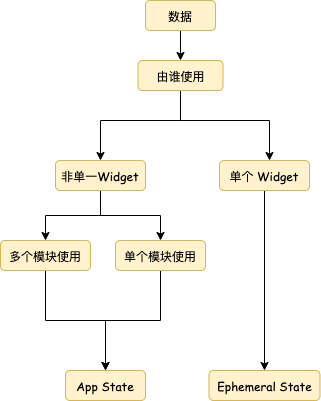
Above: state_type.png in JuneScut/imagesbeg (draw.io), before the change. Source tidied: cells renumbered, new cells last; positions are measured from the earlier drawing's top-left corner, leaving out a move shared by most shapes.
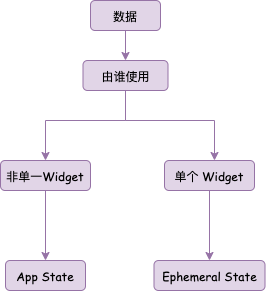
Above is the later version.

What changed in the source:
```diff
@@ -2,13 +2,13 @@
   <root>
     <mxCell id="0" />
     <mxCell id="1" parent="0" />
-    <mxCell id="2" style="edgeStyle=orthogonalEdgeStyle;rounded=0;jettySize=auto;html=1;entryX=0.5;entryY=0;entryDx=0;entryDy=0;fontFamily=Comic Sans MS;" parent="1" edge="1" source="3" target="6">
+    <mxCell id="2" style="edgeStyle=orthogonalEdgeStyle;rounded=0;jettySize=auto;html=1;entryX=0.5;entryY=0;entryDx=0;entryDy=0;fontFamily=Comic Sans MS;fillColor=#e1d5e7;strokeColor=#9673a6;" parent="1" edge="1" source="3" target="6">
       <mxGeometry relative="1" as="geometry" />
     </mxCell>
-    <mxCell id="3" value="数据" style="rounded=1;whiteSpace=wrap;html=1;fontSize=12;glass=0;strokeWidth=1;shadow=0;fillColor=#fff2cc;strokeColor=#d6b656;fontFamily=Comic Sans MS;" parent="1" vertex="1">
+    <mxCell id="3" value="数据" style="rounded=1;whiteSpace=wrap;html=1;fontSize=12;glass=0;strokeWidth=1;shadow=0;fillColor=#e1d5e7;strokeColor=#9673a6;fontFamily=Comic Sans MS;" parent="1" vertex="1">
       <mxGeometry x="145" width="70" height="30" as="geometry" />
     </mxCell>
-    <mxCell id="4" style="edgeStyle=orthogonalEdgeStyle;rounded=0;jettySize=auto;html=1;fontFamily=Comic Sans MS;" parent="1" edge="1" source="6" target="17">
+    <mxCell id="4" style="edgeStyle=orthogonalEdgeStyle;rounded=0;jettySize=auto;html=1;fontFamily=Comic Sans MS;fillColor=#e1d5e7;strokeColor=#9673a6;" parent="1" edge="1" source="6" target="17">
       <mxGeometry relative="1" as="geometry">
         <Array as="points">
           <mxPoint x="180" y="120" />
@@ -16,7 +16,7 @@
         </Array>
       </mxGeometry>
     </mxCell>
-    <mxCell id="5" style="edgeStyle=orthogonalEdgeStyle;rounded=0;jettySize=auto;html=1;fontFamily=Comic Sans MS;" parent="1" edge="1" source="6" target="12">
+    <mxCell id="5" style="edgeStyle=orthogonalEdgeStyle;rounded=0;jettySize=auto;html=1;fontFamily=Comic Sans MS;fillColor=#e1d5e7;strokeColor=#9673a6;" parent="1" edge="1" source="6" target="12">
       <mxGeometry relative="1" as="geometry">
         <Array as="points">
           <mxPoint x="180" y="120" />
@@ -24,40 +24,25 @@
         </Array>
       </mxGeometry>
     </mxCell>
-    <mxCell id="6" value="由谁使用" style="rounded=1;whiteSpace=wrap;html=1;fontSize=12;glass=0;strokeWidth=1;shadow=0;fillColor=#fff2cc;strokeColor=#d6b656;fontFamily=Comic Sans MS;" parent="1" vertex="1">
+    <mxCell id="6" value="由谁使用" style="rounded=1;whiteSpace=wrap;html=1;fontSize=12;glass=0;strokeWidth=1;shadow=0;fillColor=#e1d5e7;strokeColor=#9673a6;fontFamily=Comic Sans MS;" parent="1" vertex="1">
       <mxGeometry x="137.5" y="60" width="85" height="30" as="geometry" />
     </mxCell>
-    <mxCell id="7" style="edgeStyle=orthogonalEdgeStyle;rounded=0;jettySize=auto;html=1;fontFamily=Comic Sans MS;" parent="1" edge="1" source="8" target="13">
-      <mxGeometry relative="1" as="geometry" />
-    </mxCell>
-    <mxCell id="8" value="多个模块使用" style="rounded=1;whiteSpace=wrap;html=1;fontSize=12;glass=0;strokeWidth=1;shadow=0;fillColor=#fff2cc;strokeColor=#d6b656;fontFamily=Comic Sans MS;" parent="1" vertex="1">
-      <mxGeometry y="240" width="90" height="30" as="geometry" />
-    </mxCell>
-    <mxCell id="9" style="edgeStyle=orthogonalEdgeStyle;rounded=0;jettySize=auto;html=1;fontFamily=Comic Sans MS;" parent="1" edge="1" source="10" target="13">
-      <mxGeometry relative="1" as="geometry" />
-    </mxCell>
-    <mxCell id="10" value="单个模块使用" style="rounded=1;whiteSpace=wrap;html=1;fontSize=12;glass=0;strokeWidth=1;shadow=0;fillColor=#fff2cc;strokeColor=#d6b656;fontFamily=Comic Sans MS;" parent="1" vertex="1">
-      <mxGeometry x="115" y="240" width="90" height="30" as="geometry" />
-    </mxCell>
-    <mxCell id="11" style="edgeStyle=orthogonalEdgeStyle;rounded=0;jettySize=auto;html=1;fontFamily=Comic Sans MS;" parent="1" edge="1" source="12" target="14">
+    <mxCell id="11" style="edgeStyle=orthogonalEdgeStyle;rounded=0;jettySize=auto;html=1;fontFamily=Comic Sans MS;fillColor=#e1d5e7;strokeColor=#9673a6;" parent="1" edge="1" source="12" target="14">
       <mxGeometry relative="1" as="geometry" />
     </mxCell>
-    <mxCell id="12" value="单个 Widget" style="rounded=1;whiteSpace=wrap;html=1;fontSize=12;glass=0;strokeWidth=1;shadow=0;fillColor=#fff2cc;strokeColor=#d6b656;fontFamily=Comic Sans MS;" parent="1" vertex="1">
+    <mxCell id="12" value="单个 Widget" style="rounded=1;whiteSpace=wrap;html=1;fontSize=12;glass=0;strokeWidth=1;shadow=0;fillColor=#e1d5e7;strokeColor=#9673a6;fontFamily=Comic Sans MS;" parent="1" vertex="1">
       <mxGeometry x="219" y="160" width="90" height="30" as="geometry" />
     </mxCell>
-    <mxCell id="13" value="App State" style="rounded=1;whiteSpace=wrap;html=1;fontSize=12;glass=0;strokeWidth=1;shadow=0;fillColor=#fff2cc;strokeColor=#d6b656;fontFamily=Comic Sans MS;" parent="1" vertex="1">
-      <mxGeometry x="65" y="370" width="80" height="30" as="geometry" />
+    <mxCell id="13" value="App State" style="rounded=1;whiteSpace=wrap;html=1;fontSize=12;glass=0;strokeWidth=1;shadow=0;fillColor=#e1d5e7;strokeColor=#9673a6;fontFamily=Comic Sans MS;" parent="1" vertex="1">
+      <mxGeometry x="60" y="260" width="80" height="30" as="geometry" />
     </mxCell>
-    <mxCell id="14" value="Ephemeral State" style="rounded=1;whiteSpace=wrap;html=1;fontSize=12;glass=0;strokeWidth=1;shadow=0;fillColor=#fff2cc;strokeColor=#d6b656;fontFamily=Comic Sans MS;" parent="1" vertex="1">
-      <mxGeometry x="208.5" y="370" width="111" height="30" as="geometry" />
+    <mxCell id="14" value="Ephemeral State" style="rounded=1;whiteSpace=wrap;html=1;fontSize=12;glass=0;strokeWidth=1;shadow=0;fillColor=#e1d5e7;strokeColor=#9673a6;fontFamily=Comic Sans MS;" parent="1" vertex="1">
+      <mxGeometry x="208.5" y="260" width="111" height="30" as="geometry" />
     </mxCell>
-    <mxCell id="15" style="edgeStyle=orthogonalEdgeStyle;rounded=0;jettySize=auto;html=1;entryX=0.5;entryY=0;entryDx=0;entryDy=0;fontFamily=Comic Sans MS;" parent="1" edge="1" source="17" target="8">
-      <mxGeometry relative="1" as="geometry" />
-    </mxCell>
-    <mxCell id="16" style="edgeStyle=orthogonalEdgeStyle;rounded=0;jettySize=auto;html=1;fontFamily=Comic Sans MS;" parent="1" edge="1" source="17" target="10">
-      <mxGeometry relative="1" as="geometry" />
-    </mxCell>
+    <mxCell id="18" style="edgeStyle=orthogonalEdgeStyle;rounded=0;jettySize=auto;html=1;fontFamily=Comic Sans MS;fillColor=#e1d5e7;strokeColor=#9673a6;" parent="1" edge="1" source="17" target="13">
+      <mxGeometry relative="1" as="geometry" />
+    </mxCell>
-    <mxCell id="17" value="非单一Widget" style="rounded=1;whiteSpace=wrap;html=1;fontSize=12;glass=0;strokeWidth=1;shadow=0;fillColor=#fff2cc;strokeColor=#d6b656;fontFamily=Comic Sans MS;" parent="1" vertex="1">
+    <mxCell id="17" value="非单一Widget" style="rounded=1;whiteSpace=wrap;html=1;fontSize=12;glass=0;strokeWidth=1;shadow=0;fillColor=#e1d5e7;strokeColor=#9673a6;fontFamily=Comic Sans MS;" parent="1" vertex="1">
       <mxGeometry x="55" y="160" width="90" height="30" as="geometry" />
     </mxCell>
   </root>
```
